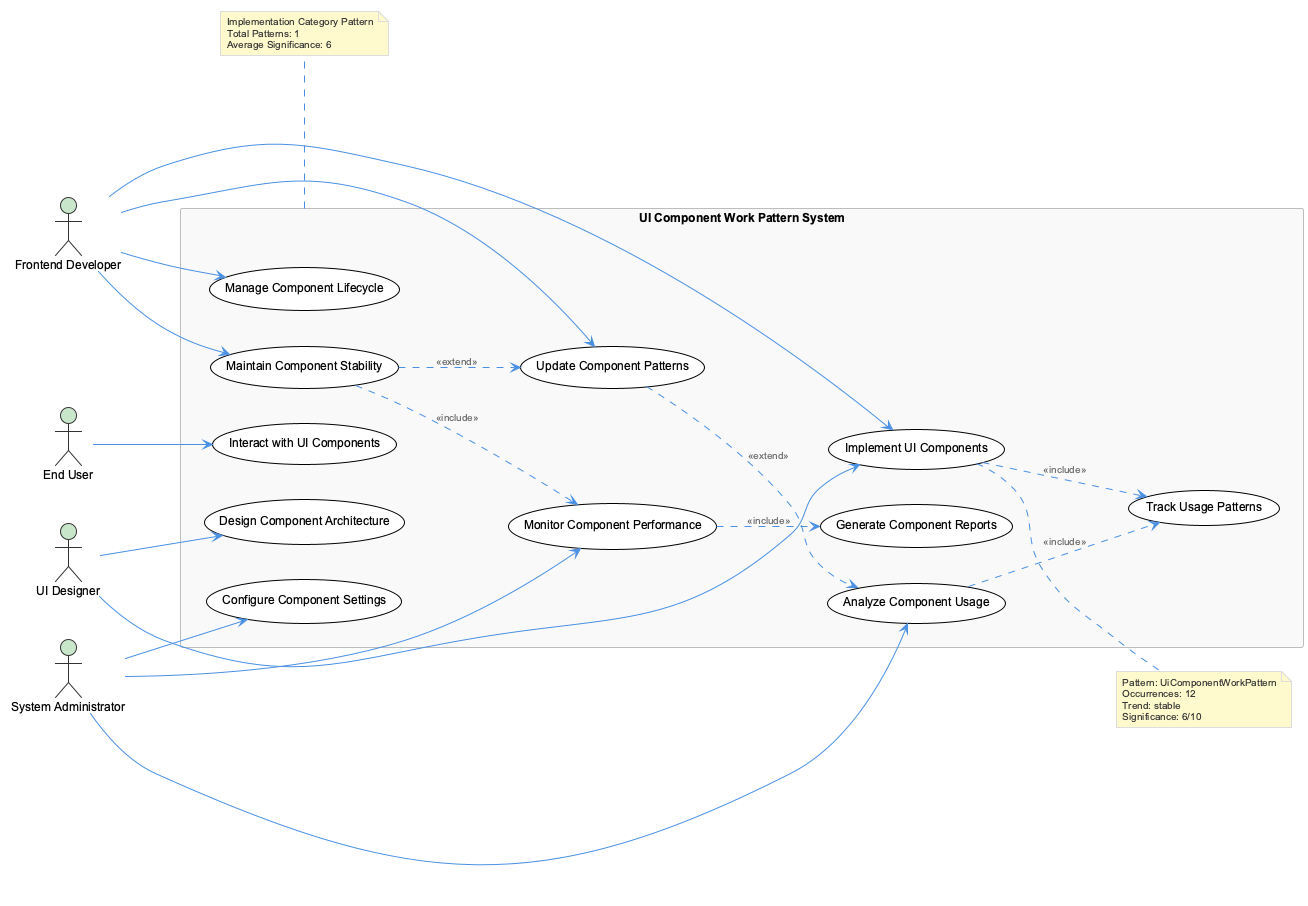
Before: knowledge-management/insights/images/ui-component-work-pattern-use-cases.png, a diagram exported from PlantUML (fwornle/coding). The source it was exported from:
```plantuml
@startuml
!include /Users/q284340/Agentic/coding/docs/puml/_standard-style.puml

left to right direction

actor "Frontend Developer" as dev
actor "UI Designer" as designer
actor "End User" as user
actor "System Administrator" as admin

rectangle "UI Component Work Pattern System" {
  usecase "Implement UI Components" as implement
  usecase "Design Component Architecture" as design
  usecase "Manage Component Lifecycle" as lifecycle
  usecase "Monitor Component Performance" as monitor
  usecase "Maintain Component Stability" as maintain
  usecase "Analyze Component Usage" as analyze
  usecase "Update Component Patterns" as update
  usecase "Interact with UI Components" as interact
  usecase "Configure Component Settings" as configure

  usecase "Track Usage Patterns" as track
  usecase "Generate Component Reports" as report
}

dev --> implement
dev --> lifecycle
dev --> maintain
dev --> update

designer --> design
designer --> implement

user --> interact

admin --> configure
admin --> monitor
admin --> analyze

implement ..> track : <<include>>
monitor ..> report : <<include>>
analyze ..> track : <<include>>
maintain ..> monitor : <<include>>

update ..> analyze : <<extend>>
maintain ..> update : <<extend>>

note right of implement
  Pattern: UiComponentWorkPattern
  Occurrences: 12
  Trend: stable
  Significance: 6/10
end note

note bottom of "UI Component Work Pattern System"
  Implementation Category Pattern
  Total Patterns: 1
  Average Significance: 6
end note

@enduml
```
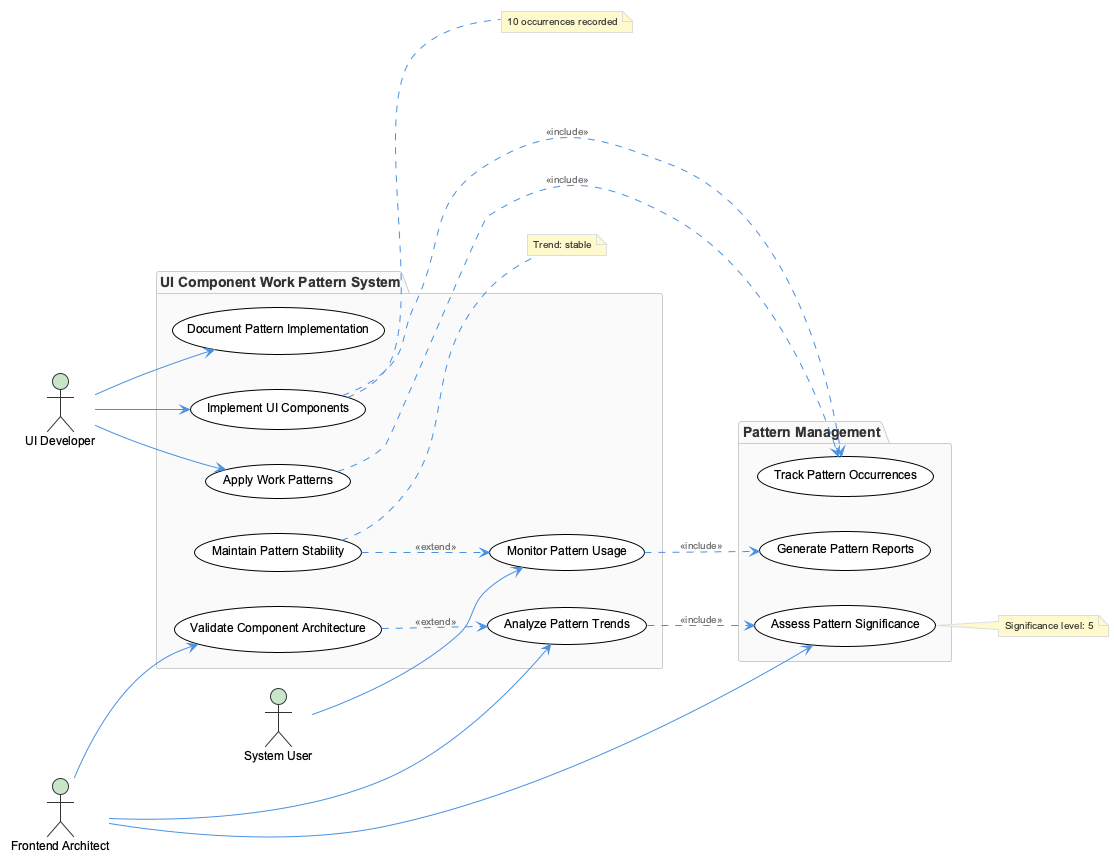
Above is the later version.

The edit, as a diff of the source:
```diff
@@ -3,59 +3,46 @@
 
 left to right direction
 
-actor "Frontend Developer" as dev
-actor "UI Designer" as designer
-actor "End User" as user
-actor "System Administrator" as admin
+actor "UI Developer" as dev
+actor "Frontend Architect" as arch
+actor "System User" as user
 
-rectangle "UI Component Work Pattern System" {
+package "UI Component Work Pattern System" {
   usecase "Implement UI Components" as implement
-  usecase "Design Component Architecture" as design
-  usecase "Manage Component Lifecycle" as lifecycle
-  usecase "Monitor Component Performance" as monitor
-  usecase "Maintain Component Stability" as maintain
-  usecase "Analyze Component Usage" as analyze
-  usecase "Update Component Patterns" as update
-  usecase "Interact with UI Components" as interact
-  usecase "Configure Component Settings" as configure
+  usecase "Apply Work Patterns" as apply
+  usecase "Monitor Pattern Usage" as monitor
+  usecase "Analyze Pattern Trends" as analyze
+  usecase "Maintain Pattern Stability" as maintain
+  usecase "Document Pattern Implementation" as document
+  usecase "Validate Component Architecture" as validate
+}
 
-  usecase "Track Usage Patterns" as track
-  usecase "Generate Component Reports" as report
+package "Pattern Management" {
+  usecase "Track Pattern Occurrences" as track
+  usecase "Assess Pattern Significance" as assess
+  usecase "Generate Pattern Reports" as report
 }
 
 dev --> implement
-dev --> lifecycle
-dev --> maintain
-dev --> update
+dev --> apply
+dev --> document
 
-designer --> design
-designer --> implement
+arch --> validate
+arch --> analyze
+arch --> assess
 
-user --> interact
-
-admin --> configure
-admin --> monitor
-admin --> analyze
+user --> monitor
 
 implement ..> track : <<include>>
+apply ..> track : <<include>>
 monitor ..> report : <<include>>
-analyze ..> track : <<include>>
-maintain ..> monitor : <<include>>
+analyze ..> assess : <<include>>
 
-update ..> analyze : <<extend>>
-maintain ..> update : <<extend>>
+maintain ..> monitor : <<extend>>
+validate ..> analyze : <<extend>>
 
-note right of implement
-  Pattern: UiComponentWorkPattern
-  Occurrences: 12
-  Trend: stable
-  Significance: 6/10
-end note
-
-note bottom of "UI Component Work Pattern System"
-  Implementation Category Pattern
-  Total Patterns: 1
-  Average Significance: 6
-end note
+note right of implement : 10 occurrences recorded
+note right of maintain : Trend: stable
+note right of assess : Significance level: 5
 
 @enduml
```
